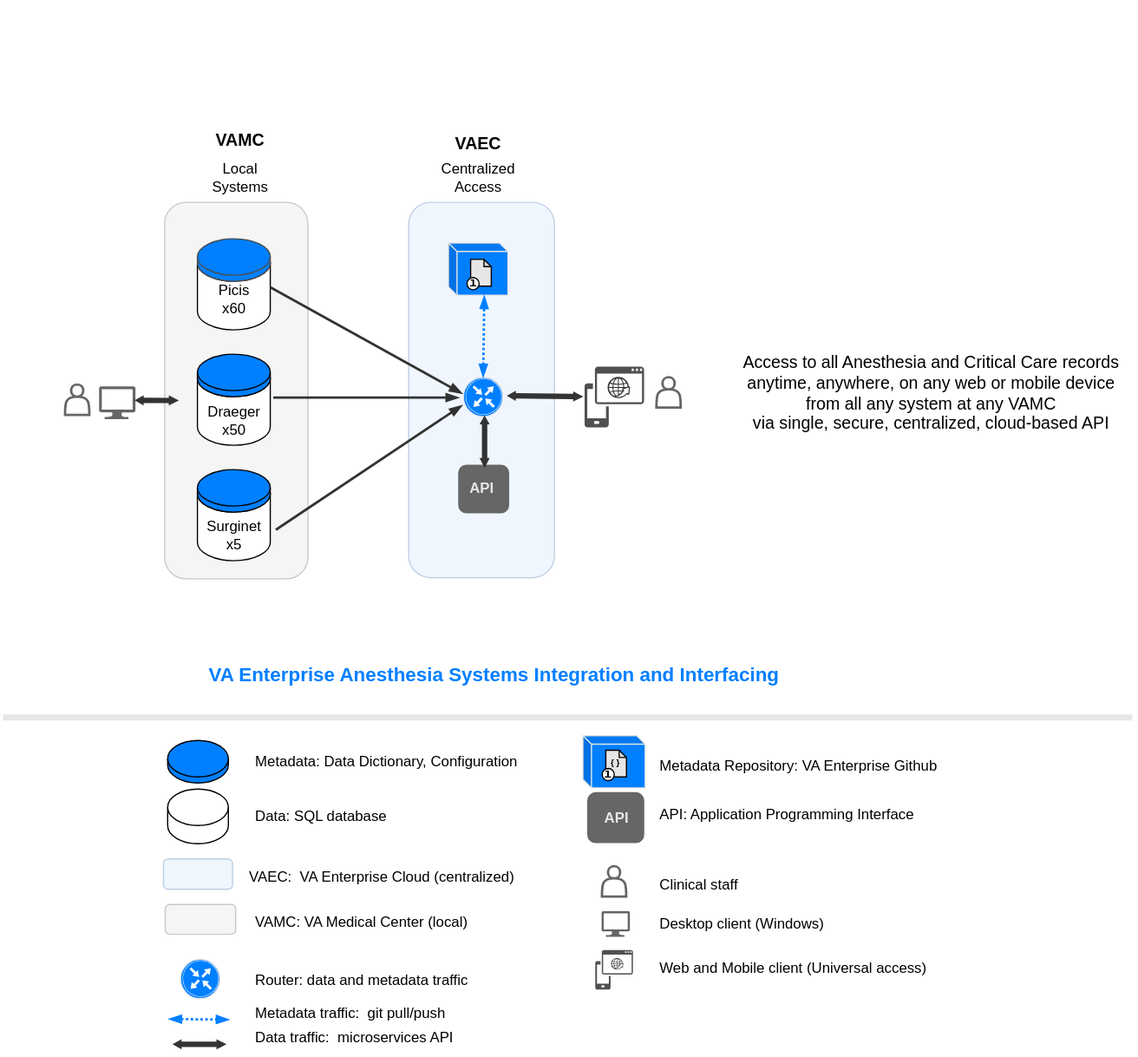
Above: img/integration-simple.svg in va-anesthesia/integration (draw.io), before the change. Source tidied: cells renumbered, new cells last; positions are measured from the earlier drawing's top-left corner, leaving out a move shared by most shapes.
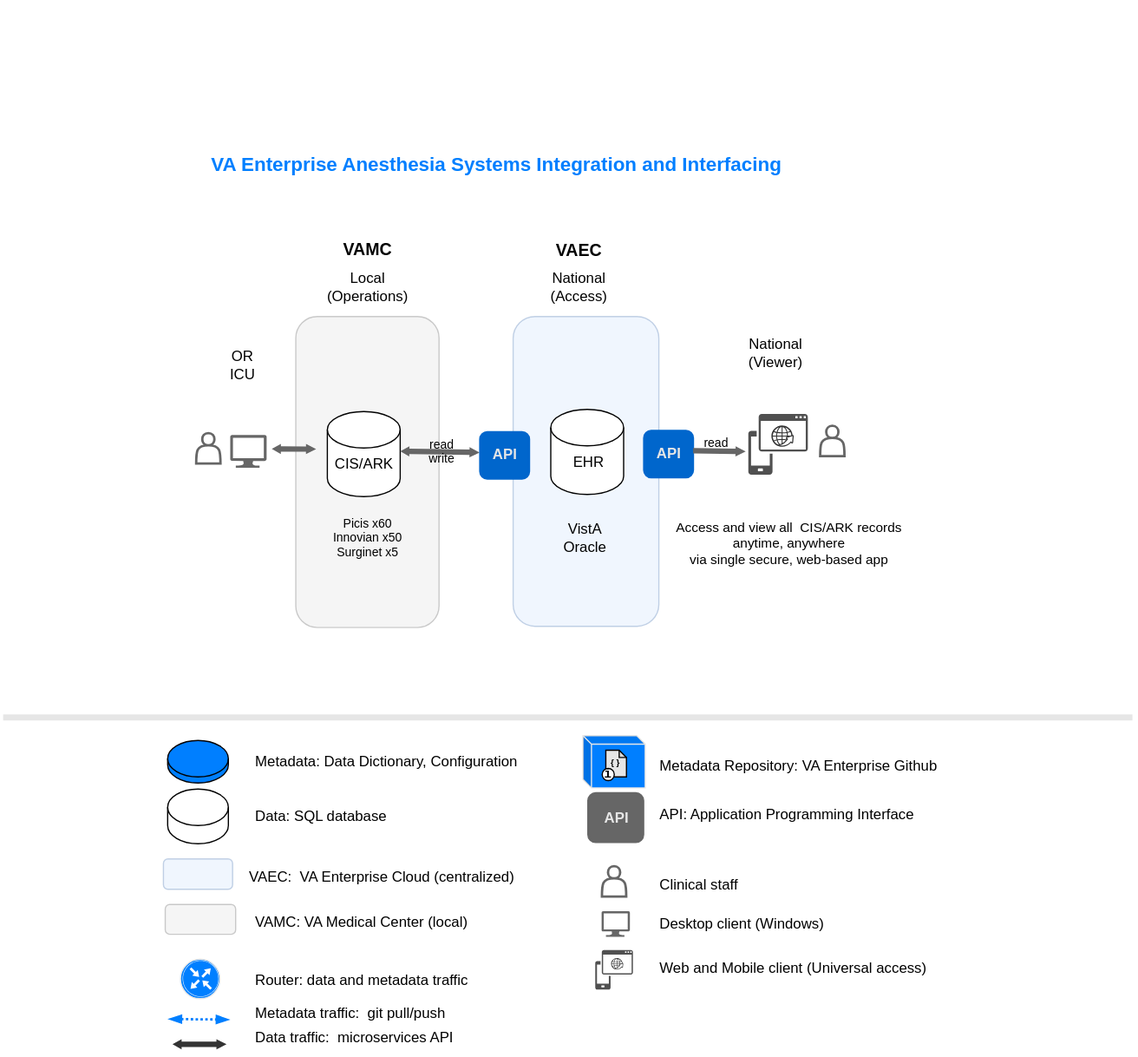
Above is the later version.

Change to the diagram source:
```diff
@@ -114,142 +114,49 @@
       <mxGeometry x="493.1" y="712.5" width="20" height="25" as="geometry" />
     </mxCell>
     <mxCell id="37" style="rounded=1;whiteSpace=wrap;html=1;labelBackgroundColor=default;strokeColor=#6c8ebf;strokeWidth=1;fontSize=14;fillColor=#dae8fc;opacity=40;" parent="1" vertex="1">
-      <mxGeometry x="334" y="166" width="120" height="309" as="geometry" />
+      <mxGeometry x="420" y="260" width="120" height="255" as="geometry" />
     </mxCell>
     <mxCell id="38" style="rounded=1;whiteSpace=wrap;html=1;labelBackgroundColor=default;strokeColor=#808080;strokeWidth=1;fontSize=14;fillColor=#E6E6E6;opacity=40;" parent="1" vertex="1">
-      <mxGeometry x="133" y="166" width="118" height="310" as="geometry" />
+      <mxGeometry x="241" y="260" width="118" height="256" as="geometry" />
     </mxCell>
-    <mxCell id="39" style="shape=cylinder3;whiteSpace=wrap;html=1;boundedLbl=1;backgroundOutline=1;size=15;" parent="1" vertex="1">
-      <mxGeometry x="160" y="201" width="60" height="70" as="geometry" />
-    </mxCell>
-    <mxCell id="40" style="shape=cylinder3;whiteSpace=wrap;html=1;boundedLbl=1;backgroundOutline=1;size=15;fillColor=#007FFF;strokeColor=#4D4D4D;" parent="1" vertex="1">
-      <mxGeometry x="160" y="196" width="60" height="35" as="geometry" />
-    </mxCell>
     <mxCell id="41" style="shape=cylinder3;whiteSpace=wrap;html=1;boundedLbl=1;backgroundOutline=1;size=15;" parent="1" vertex="1">
-      <mxGeometry x="160" y="296" width="60" height="70" as="geometry" />
+      <mxGeometry x="267" y="338.2" width="60" height="70" as="geometry" />
     </mxCell>
-    <mxCell id="42" style="shape=cylinder3;whiteSpace=wrap;html=1;boundedLbl=1;backgroundOutline=1;size=15;fillColor=#007FFF;" parent="1" vertex="1">
-      <mxGeometry x="160" y="291" width="60" height="35" as="geometry" />
-    </mxCell>
-    <mxCell id="43" style="shape=cylinder3;whiteSpace=wrap;html=1;boundedLbl=1;backgroundOutline=1;size=15;" parent="1" vertex="1">
-      <mxGeometry x="160" y="391" width="60" height="70" as="geometry" />
-    </mxCell>
-    <mxCell id="44" style="shape=cylinder3;whiteSpace=wrap;html=1;boundedLbl=1;backgroundOutline=1;size=15;fillColor=#007FFF;" parent="1" vertex="1">
-      <mxGeometry x="160" y="386" width="60" height="35" as="geometry" />
-    </mxCell>
-    <mxCell id="45" value="Centralized&lt;br&gt;Access" style="text;html=1;align=center;verticalAlign=middle;strokeColor=none;fillColor=none;" parent="1" vertex="1">
-      <mxGeometry x="351" y="126" width="80" height="40" as="geometry" />
+    <mxCell id="45" value="National&lt;br&gt;(Access)" style="text;html=1;align=center;verticalAlign=middle;strokeColor=none;fillColor=none;" parent="1" vertex="1">
+      <mxGeometry x="438.5" y="216" width="70" height="40" as="geometry" />
     </mxCell>
-    <mxCell id="46" value="Local&lt;br&gt;Systems" style="text;html=1;align=center;verticalAlign=middle;strokeColor=none;fillColor=none;" parent="1" vertex="1">
-      <mxGeometry x="160" y="126" width="70" height="40" as="geometry" />
+    <mxCell id="46" value="Local&lt;br&gt;(Operations)" style="text;html=1;align=center;verticalAlign=middle;strokeColor=none;fillColor=none;" parent="1" vertex="1">
+      <mxGeometry x="254.5" y="216" width="90" height="40" as="geometry" />
     </mxCell>
-    <mxCell id="47" value="Picis&lt;br&gt;x60" style="text;html=1;align=center;verticalAlign=middle;strokeColor=none;fillColor=none;" parent="1" vertex="1">
-      <mxGeometry x="165" y="226" width="50" height="40" as="geometry" />
-    </mxCell>
-    <mxCell id="48" value="Draeger&lt;br&gt;x50" style="text;html=1;align=center;verticalAlign=middle;points=[];strokeColor=none;fillColor=none;" parent="1" vertex="1">
-      <mxGeometry x="155" y="326" width="70" height="40" as="geometry" />
-    </mxCell>
-    <mxCell id="49" value="Surginet&lt;br&gt;x5" style="text;html=1;align=center;verticalAlign=middle;points=[];strokeColor=none;fillColor=none;" parent="1" vertex="1">
-      <mxGeometry x="155" y="420" width="70" height="40" as="geometry" />
-    </mxCell>
     <mxCell id="50" value="VAMC" style="text;html=1;align=center;verticalAlign=middle;strokeColor=none;fillColor=none;fontStyle=1;fontSize=14;" parent="1" vertex="1">
-      <mxGeometry x="165" y="100" width="60" height="30" as="geometry" />
+      <mxGeometry x="269.5" y="190" width="60" height="30" as="geometry" />
     </mxCell>
     <mxCell id="51" value="VAEC" style="text;html=1;align=center;verticalAlign=middle;strokeColor=none;fillColor=none;fontStyle=1;fontSize=14;" parent="1" vertex="1">
-      <mxGeometry x="361" y="103" width="60" height="30" as="geometry" />
+      <mxGeometry x="443.5" y="191" width="60" height="30" as="geometry" />
     </mxCell>
-    <mxCell id="52" style="group;" parent="1" vertex="1">
-      <mxGeometry x="379.1" y="310" width="35.9" height="32.5" as="geometry" />
-    </mxCell>
-    <mxCell id="53" style="ellipse;whiteSpace=wrap;html=1;fontSize=14;fillColor=#E6E6E6;" parent="52" vertex="1">
-      <mxGeometry x="6.6" y="6.5" width="2.7" height="2.7" as="geometry" />
-    </mxCell>
-    <mxCell id="54" style="ellipse;whiteSpace=wrap;html=1;strokeColor=#E6E6E6;fontSize=14;fillColor=#007FFF;" parent="52" vertex="1">
-      <mxGeometry width="32.5" height="32.5" as="geometry" />
-    </mxCell>
-    <mxCell id="55" style="sketch=0;verticalLabelPosition=bottom;html=1;verticalAlign=top;align=center;shape=mxgraph.cisco19.rect;prIcon=router;fillColor=none;strokeColor=#FFFFFF;labelBackgroundColor=default;fontSize=14;" parent="52" vertex="1">
-      <mxGeometry x="1.8" y="1.1" width="29.8" height="29.8" as="geometry" />
-    </mxCell>
     <mxCell id="56" style="shape=actor;whiteSpace=wrap;html=1;labelBackgroundColor=default;strokeColor=#666666;fontSize=14;fillColor=#FFFFFF;strokeWidth=2;" parent="1" vertex="1">
-      <mxGeometry x="51" y="316" width="20" height="25" as="geometry" />
+      <mxGeometry x="159" y="356" width="20" height="25" as="geometry" />
     </mxCell>
-    <mxCell id="57" style="shape=flexArrow;endArrow=classic;startArrow=classic;html=1;strokeColor=none;strokeWidth=0.5;fontSize=14;endWidth=3.45297228008332;endSize=2.6116883116883116;width=4.434389140271493;startWidth=3.45297228008332;startSize=2.3265822784810126;fillColor=#333333;" parent="1" edge="1">
-      <mxGeometry relative="1" as="geometry">
-        <mxPoint x="414.5" y="325.1" as="sourcePoint" />
-        <mxPoint x="478" y="326" as="targetPoint" />
-        <Array as="points">
-          <mxPoint x="414.5" y="325.1" />
-        </Array>
-      </mxGeometry>
-    </mxCell>
-    <mxCell id="58" style="endArrow=blockThin;html=1;strokeColor=#333333;strokeWidth=2;fontFamily=Verdana;fontSize=9;fillColor=#666666;jumpSize=6;endFill=1;exitX=1;exitY=0.5;exitDx=0;exitDy=0;exitPerimeter=0;entryX=0;entryY=0.5;entryDx=0;entryDy=0;" parent="1" edge="1" source="39">
-      <mxGeometry relative="1" as="geometry">
-        <mxPoint x="378.2" y="323.5" as="targetPoint" />
-      </mxGeometry>
-    </mxCell>
-    <mxCell id="59" style="endArrow=blockThin;html=1;strokeColor=#333333;strokeWidth=2;fontFamily=Verdana;fontSize=9;fillColor=#666666;jumpSize=6;endFill=1;exitX=0.964;exitY=0.017;exitDx=0;exitDy=0;exitPerimeter=0;entryX=-0.068;entryY=0.586;entryDx=0;entryDy=0;entryPerimeter=0;" parent="1" edge="1" source="48">
-      <mxGeometry relative="1" as="geometry">
-        <mxPoint x="375.5" y="326.8" as="targetPoint" />
-      </mxGeometry>
-    </mxCell>
-    <mxCell id="60" style="endArrow=blockThin;html=1;strokeColor=#333333;strokeWidth=2;fontFamily=Verdana;fontSize=9;fillColor=#666666;jumpSize=6;endFill=1;exitX=0.994;exitY=0.389;exitDx=0;exitDy=0;exitPerimeter=0;entryX=0;entryY=0.75;entryDx=0;entryDy=0;" parent="1" edge="1" source="49">
-      <mxGeometry relative="1" as="geometry">
-        <mxPoint x="378.2" y="333" as="targetPoint" />
-      </mxGeometry>
-    </mxCell>
-    <mxCell id="61" style="shape=cube;whiteSpace=wrap;html=1;boundedLbl=1;backgroundOutline=1;darkOpacity=0.05;darkOpacity2=0.1;fontSize=14;fillColor=#007FFF;size=7;strokeColor=#E6E6E6;" parent="1" vertex="1">
-      <mxGeometry x="366.8" y="199.5" width="49" height="43" as="geometry" />
-    </mxCell>
-    <mxCell id="62" style="endArrow=blockThin;dashed=1;html=1;entryX=0.602;entryY=1.007;entryDx=0;entryDy=0;entryPerimeter=0;exitX=0.5;exitY=0;exitDx=0;exitDy=0;strokeColor=#007FFF;strokeWidth=2;startArrow=blockThin;startFill=1;endFill=1;dashPattern=1 1;" parent="1" edge="1" source="54" target="61">
-      <mxGeometry relative="1" as="geometry" />
-    </mxCell>
     <mxCell id="63" style="sketch=0;shadow=0;dashed=0;html=1;strokeColor=none;labelPosition=center;verticalLabelPosition=bottom;verticalAlign=top;align=center;fillColor=#666666;shape=mxgraph.azure.computer;labelBackgroundColor=default;fontSize=14;" parent="1" vertex="1">
-      <mxGeometry x="79" y="317.5" width="30" height="27" as="geometry" />
+      <mxGeometry x="187" y="357.5" width="30" height="27" as="geometry" />
     </mxCell>
-    <mxCell id="64" style="shape=flexArrow;endArrow=classic;startArrow=classic;html=1;strokeColor=none;strokeWidth=0.5;fontSize=14;endWidth=3.45297228008332;endSize=2.6116883116883116;width=4.434389140271493;startWidth=3.45297228008332;startSize=2.3265822784810126;fillColor=#333333;" parent="1" edge="1">
+    <mxCell id="64" style="shape=flexArrow;endArrow=classic;startArrow=classic;html=1;strokeColor=none;strokeWidth=0.5;fontSize=14;endWidth=3.45297228008332;endSize=2.6116883116883116;width=4.434389140271493;startWidth=3.45297228008332;startSize=2.3265822784810126;fillColor=#666666;" parent="1" edge="1">
       <mxGeometry relative="1" as="geometry">
-        <mxPoint x="108" y="329" as="sourcePoint" />
-        <mxPoint x="145" y="329.2" as="targetPoint" />
+        <mxPoint x="221" y="369" as="sourcePoint" />
+        <mxPoint x="258" y="369.2" as="targetPoint" />
       </mxGeometry>
     </mxCell>
-    <mxCell id="65" style="rounded=1;whiteSpace=wrap;html=1;labelBackgroundColor=default;strokeColor=#666666;strokeWidth=2;fontSize=14;fillColor=#666666;" parent="1" vertex="1">
-      <mxGeometry x="375.8" y="383" width="40" height="38" as="geometry" />
-    </mxCell>
-    <mxCell id="66" value="API" style="text;html=1;align=center;verticalAlign=middle;strokeColor=none;fillColor=none;fontStyle=1;fontColor=#E6E6E6;" parent="1" vertex="1">
-      <mxGeometry x="373.5" y="387" width="40" height="30" as="geometry" />
-    </mxCell>
-    <mxCell id="67" style="shape=flexArrow;endArrow=classic;startArrow=classic;html=1;strokeColor=none;strokeWidth=0.5;fontSize=14;endWidth=3.45297228008332;endSize=2.6116883116883116;width=4.434389140271493;startWidth=3.45297228008332;startSize=2.3265822784810126;fillColor=#333333;entryX=0.5;entryY=0;entryDx=0;entryDy=0;entryPerimeter=0;" parent="1" edge="1">
-      <mxGeometry relative="1" as="geometry">
-        <mxPoint x="396.5" y="341.1" as="sourcePoint" />
-        <mxPoint x="396.5" y="385" as="targetPoint" />
-        <Array as="points">
-          <mxPoint x="396.5" y="341.1" />
-        </Array>
-      </mxGeometry>
-    </mxCell>
-    <mxCell id="68" style="group;" parent="1" vertex="1">
-      <mxGeometry x="372" y="213" width="35.5" height="33" as="geometry" />
-    </mxCell>
-    <mxCell id="69" style="shape=note;whiteSpace=wrap;html=1;backgroundOutline=1;darkOpacity=0.05;labelBackgroundColor=none;strokeColor=default;strokeWidth=1;fontFamily=Courier New;fontSize=12;fillColor=#E6E6E6;size=6;" parent="68" vertex="1">
-      <mxGeometry x="13" width="17" height="22" as="geometry" />
-    </mxCell>
-    <mxCell id="70" style="ellipse;whiteSpace=wrap;html=1;labelBackgroundColor=none;strokeColor=default;strokeWidth=1;fontFamily=Courier New;fontSize=18;fillColor=default;" parent="68" vertex="1">
-      <mxGeometry x="10" y="15" width="10" height="10" as="geometry" />
-    </mxCell>
-    <mxCell id="71" value="&lt;font face=&quot;Courier New&quot; size=&quot;1&quot;&gt;&lt;b style=&quot;&quot;&gt;i&lt;/b&gt;&lt;/font&gt;" style="text;html=1;align=center;verticalAlign=middle;strokeColor=none;fillColor=none;fontSize=14;" parent="68" vertex="1">
-      <mxGeometry y="3" width="30" height="30" as="geometry" />
-    </mxCell>
     <mxCell id="72" style="sketch=0;shadow=0;dashed=0;html=1;strokeColor=none;labelPosition=center;verticalLabelPosition=bottom;verticalAlign=top;align=center;fillColor=#505050;shape=mxgraph.mscae.intune.device_os;fontColor=#E6E6E6;" parent="1" vertex="1">
-      <mxGeometry x="478.8" y="301.2" width="49" height="50" as="geometry" />
+      <mxGeometry x="613.7" y="340.2" width="49" height="50" as="geometry" />
     </mxCell>
     <mxCell id="73" style="sketch=0;html=1;strokeColor=none;shadow=0;align=center;verticalAlign=top;fillColor=#333333;shape=mxgraph.gcp2.globe_world;fontColor=#E6E6E6;" parent="1" vertex="1">
-      <mxGeometry x="497.8" y="309.8" width="18.4" height="17.5" as="geometry" />
+      <mxGeometry x="632.7" y="349.8" width="18.4" height="17.5" as="geometry" />
     </mxCell>
     <mxCell id="74" style="shape=actor;whiteSpace=wrap;html=1;labelBackgroundColor=default;strokeColor=#666666;fontSize=14;fillColor=#FFFFFF;strokeWidth=2;" parent="1" vertex="1">
-      <mxGeometry x="538" y="310" width="20" height="25" as="geometry" />
+      <mxGeometry x="672.9" y="350" width="20" height="25" as="geometry" />
     </mxCell>
-    <mxCell id="75" value="Access to all Anesthesia and Critical Care records&lt;br style=&quot;font-size: 14px;&quot;&gt;anytime, anywhere, on any web or mobile device&amp;nbsp;&lt;br style=&quot;font-size: 14px;&quot;&gt;&amp;nbsp;from all any system at any VAMC&lt;br style=&quot;border-color: var(--border-color); font-size: 14px;&quot;&gt;via single, secure, centralized, cloud-based API" style="text;html=1;align=center;verticalAlign=middle;strokeColor=none;fillColor=none;labelBorderColor=none;fontColor=default;fontSize=14;" parent="1" vertex="1">
-      <mxGeometry x="599.2" y="282.5" width="330" height="80" as="geometry" />
+    <mxCell id="75" value="Access and view all&amp;nbsp; CIS/ARK records &lt;br&gt;anytime, anywhere &lt;br&gt;via single secure, web-based app" style="text;html=1;align=center;verticalAlign=middle;strokeColor=none;fillColor=none;labelBorderColor=none;fontColor=default;fontSize=11;" parent="1" vertex="1">
+      <mxGeometry x="541.8" y="422" width="210" height="50" as="geometry" />
     </mxCell>
     <mxCell id="76" style="endArrow=none;html=1;strokeWidth=5;strokeColor=#E6E6E6;" parent="1" edge="1">
       <mxGeometry relative="1" as="geometry">
@@ -258,10 +165,57 @@
       </mxGeometry>
     </mxCell>
     <mxCell id="77" value="&lt;b style=&quot;font-size: 16px;&quot;&gt;&lt;font color=&quot;#007fff&quot; style=&quot;font-size: 16px;&quot;&gt;VA Enterprise Anesthesia Systems Integration and Interfacing&lt;/font&gt;&lt;/b&gt;" style="text;html=1;align=center;verticalAlign=middle;strokeColor=none;fillColor=none;fontStyle=0;fontFamily=Helvetica;fontSize=16;" parent="1" vertex="1">
-      <mxGeometry x="159" y="540" width="490" height="30" as="geometry" />
+      <mxGeometry x="161.1" y="120" width="490" height="30" as="geometry" />
     </mxCell>
     <mxCell id="78" style="rounded=0;whiteSpace=wrap;html=1;fontSize=16;strokeColor=none;" parent="1" vertex="1">
       <mxGeometry x="13.5" width="36.5" height="30" as="geometry" />
     </mxCell>
+    <mxCell id="79" value="CIS/ARK" style="text;html=1;align=center;verticalAlign=middle;strokeColor=none;fillColor=none;" parent="1" vertex="1">
+      <mxGeometry x="262" y="367.2" width="70" height="30" as="geometry" />
+    </mxCell>
+    <mxCell id="80" value="Picis x60&lt;br style=&quot;font-size: 10px;&quot;&gt;Innovian x50&lt;br style=&quot;font-size: 10px;&quot;&gt;Surginet x5" style="text;html=1;align=center;verticalAlign=middle;strokeColor=none;fillColor=none;fontSize=10;" parent="1" vertex="1">
+      <mxGeometry x="260" y="417" width="80" height="50" as="geometry" />
+    </mxCell>
+    <mxCell id="81" style="shape=cylinder3;whiteSpace=wrap;html=1;boundedLbl=1;backgroundOutline=1;size=15;" parent="1" vertex="1">
+      <mxGeometry x="451" y="336.5" width="60" height="70" as="geometry" />
+    </mxCell>
+    <mxCell id="82" value="EHR" style="text;html=1;align=center;verticalAlign=middle;strokeColor=none;fillColor=none;" parent="1" vertex="1">
+      <mxGeometry x="457" y="365.2" width="50" height="30" as="geometry" />
+    </mxCell>
+    <mxCell id="83" value="VistA&lt;br&gt;Oracle" style="text;html=1;align=center;verticalAlign=middle;strokeColor=none;fillColor=none;" parent="1" vertex="1">
+      <mxGeometry x="448.5" y="422" width="60" height="40" as="geometry" />
+    </mxCell>
+    <mxCell id="84" value="OR&lt;br&gt;ICU" style="text;html=1;align=center;verticalAlign=middle;strokeColor=none;fillColor=none;" parent="1" vertex="1">
+      <mxGeometry x="177" y="280" width="40" height="40" as="geometry" />
+    </mxCell>
+    <mxCell id="85" style="shape=flexArrow;endArrow=classic;startArrow=classic;html=1;strokeColor=none;strokeWidth=0.5;fontSize=14;endWidth=3.45297228008332;endSize=2.6116883116883116;width=4.434389140271493;startWidth=3.45297228008332;startSize=2.3265822784810126;fillColor=#666666;exitX=0.997;exitY=0.466;exitDx=0;exitDy=0;exitPerimeter=0;entryX=-0.009;entryY=0.423;entryDx=0;entryDy=0;entryPerimeter=0;" parent="1" edge="1" source="41" target="86">
+      <mxGeometry relative="1" as="geometry" />
+    </mxCell>
+    <mxCell id="65" style="rounded=1;whiteSpace=wrap;html=1;labelBackgroundColor=default;strokeColor=#0066CC;strokeWidth=2;fontSize=14;fillColor=#0066CC;" parent="1" vertex="1">
+      <mxGeometry x="393" y="355.2" width="40" height="38" as="geometry" />
+    </mxCell>
+    <mxCell id="86" value="API" style="text;html=1;align=center;verticalAlign=middle;points=[];strokeColor=none;fillColor=none;fontStyle=1;fontColor=#E6E6E6;" parent="1" vertex="1">
+      <mxGeometry x="393" y="359.2" width="40" height="30" as="geometry" />
+    </mxCell>
+    <mxCell id="87" value="National&lt;br&gt;(Viewer)" style="text;html=1;align=center;verticalAlign=middle;strokeColor=none;fillColor=none;" parent="1" vertex="1">
+      <mxGeometry x="601.1" y="270" width="70" height="40" as="geometry" />
+    </mxCell>
+    <mxCell id="88" style="rounded=1;whiteSpace=wrap;html=1;labelBackgroundColor=default;strokeColor=#0066CC;strokeWidth=2;fontSize=14;fillColor=#0066CC;" parent="1" vertex="1">
+      <mxGeometry x="528" y="354.2" width="40" height="38" as="geometry" />
+    </mxCell>
+    <mxCell id="89" value="API" style="text;html=1;align=center;verticalAlign=middle;strokeColor=none;fillColor=none;fontStyle=1;fontColor=#E6E6E6;" parent="1" vertex="1">
+      <mxGeometry x="528" y="358.2" width="40" height="30" as="geometry" />
+    </mxCell>
+    <mxCell id="90" style="shape=flexArrow;endArrow=classic;startArrow=none;html=1;strokeColor=none;strokeWidth=0.5;fontSize=14;endWidth=3.45297228008332;endSize=2.6116883116883116;width=4.434389140271493;startWidth=3.45297228008332;startSize=2.3265822784810126;fillColor=#666666;exitX=0.997;exitY=0.466;exitDx=0;exitDy=0;exitPerimeter=0;entryX=-0.04;entryY=0.618;entryDx=0;entryDy=0;entryPerimeter=0;startFill=0;" parent="1" edge="1" target="72">
+      <mxGeometry relative="1" as="geometry">
+        <mxPoint x="568" y="370.5" as="sourcePoint" />
+      </mxGeometry>
+    </mxCell>
+    <mxCell id="91" value="read&lt;br&gt;write" style="text;html=1;align=center;verticalAlign=middle;strokeColor=none;fillColor=none;fontSize=10;" parent="1" vertex="1">
+      <mxGeometry x="341" y="351.2" width="40" height="40" as="geometry" />
+    </mxCell>
+    <mxCell id="92" value="read" style="text;html=1;align=center;verticalAlign=middle;strokeColor=none;fillColor=none;fontSize=10;" parent="1" vertex="1">
+      <mxGeometry x="566.7" y="349.2" width="40" height="30" as="geometry" />
+    </mxCell>
   </root>
 </mxGraphModel>
```
